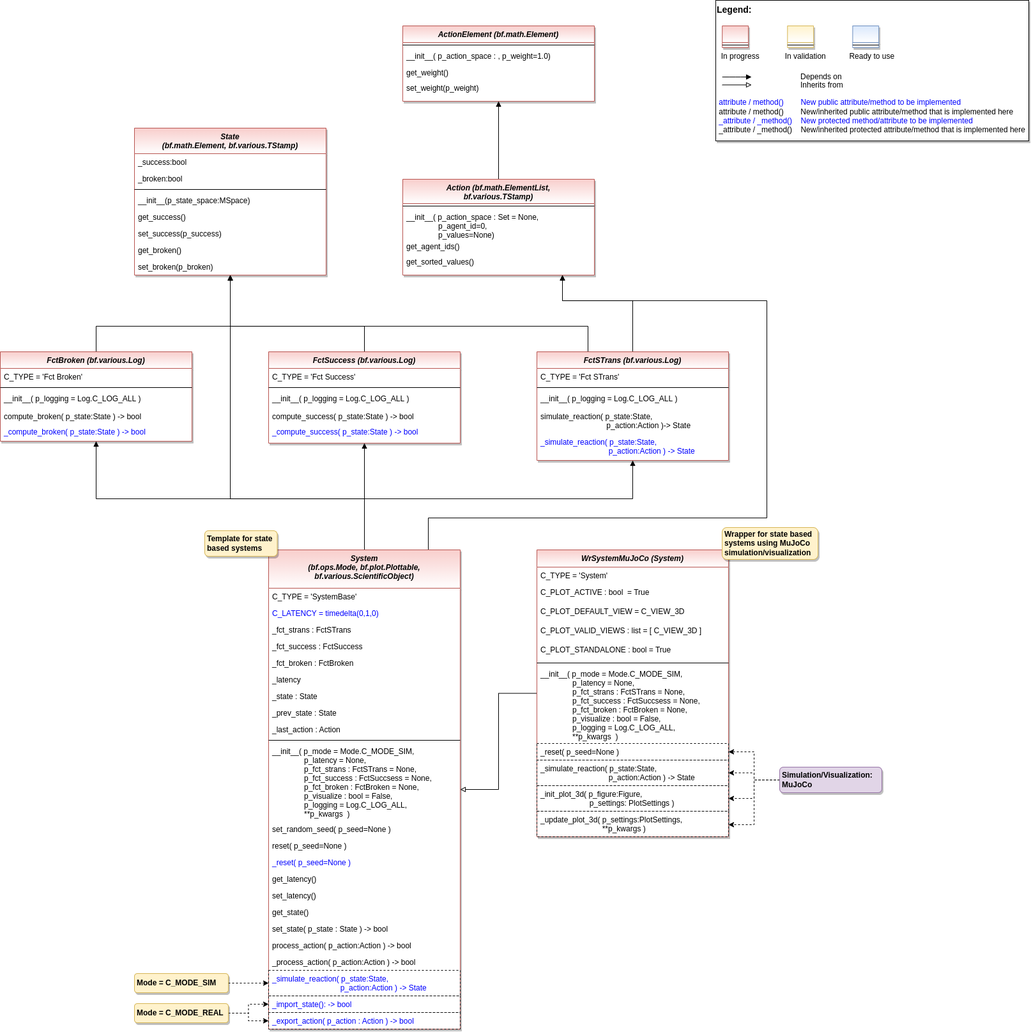
Above: doc/rtd/content/append2/core/images/bf/MLPro-BF-Systems_class_diagram.drawio.png in fhswf/MLPro (draw.io), before the change. Source tidied: cells renumbered, new cells last; positions are measured from the earlier drawing's top-left corner, leaving out a move shared by most shapes.
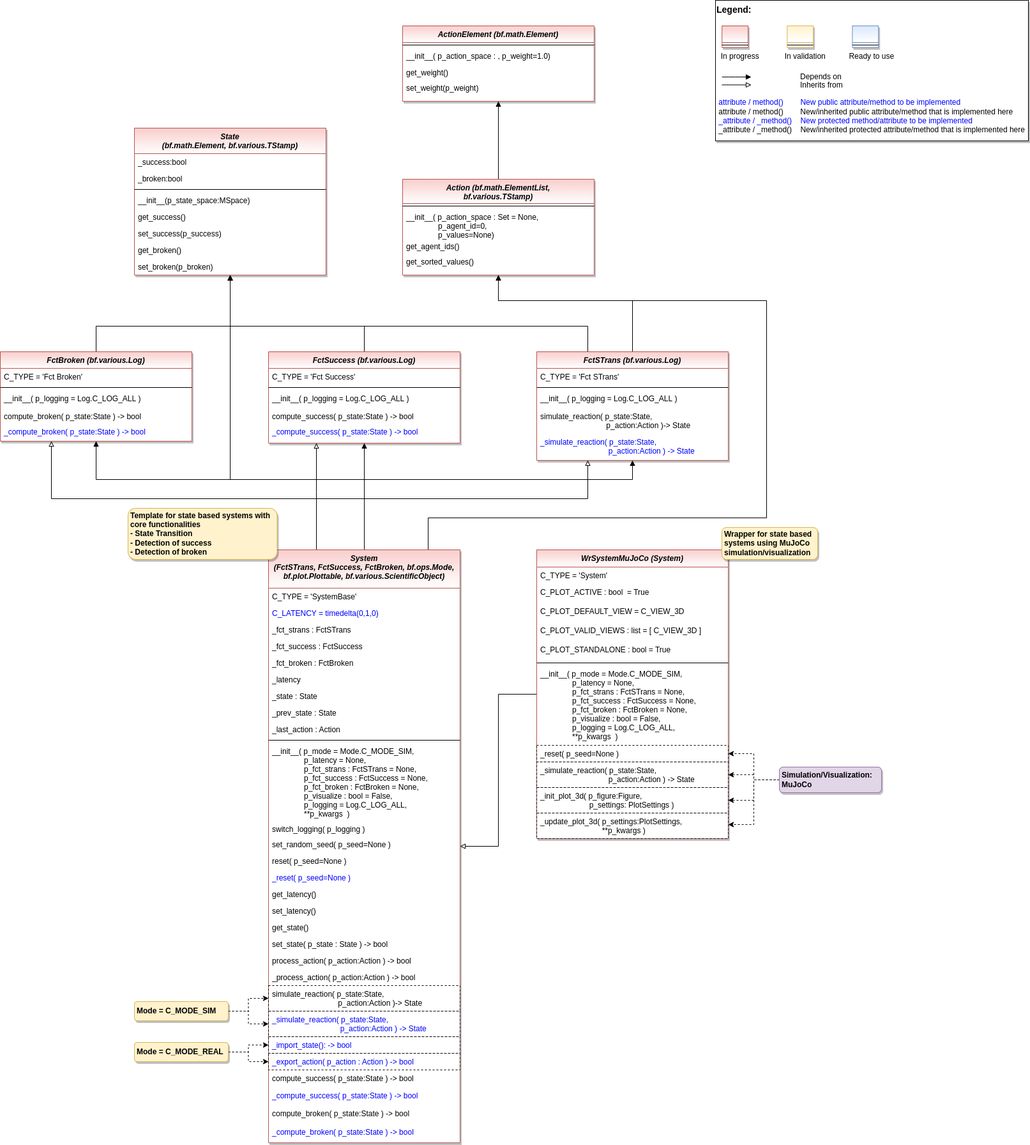
After the commit.

Commit message:
BF-Systems: New base classes for state based systems #549

Diff of the diagram source:
```diff
@@ -10,11 +10,11 @@
         </Array>
       </mxGeometry>
     </mxCell>
-    <mxCell id="3" style="edgeStyle=orthogonalEdgeStyle;rounded=0;jettySize=auto;html=1;fontColor=#FF0000;endArrow=block;endFill=1;" parent="1" edge="1" source="4" target="30">
+    <mxCell id="3" style="edgeStyle=orthogonalEdgeStyle;rounded=0;jettySize=auto;html=1;fontColor=#FF0000;endArrow=block;endFill=1;entryX=0.5;entryY=1;entryDx=0;entryDy=0;" parent="1" edge="1" source="4" target="30">
       <mxGeometry relative="1" as="geometry">
         <Array as="points">
           <mxPoint x="990" y="470" />
-          <mxPoint x="880" y="470" />
+          <mxPoint x="780" y="470" />
         </Array>
       </mxGeometry>
     </mxCell>
@@ -137,11 +137,11 @@
     <mxCell id="39" value="set_weight(p_weight)" style="text;align=left;verticalAlign=top;spacingLeft=4;spacingRight=4;overflow=hidden;" parent="35" vertex="1">
       <mxGeometry y="84" width="300" height="24" as="geometry" />
     </mxCell>
-    <mxCell id="40" style="edgeStyle=orthogonalEdgeStyle;rounded=0;jettySize=auto;html=1;fontColor=#FF0000;endArrow=block;endFill=1;" parent="1" edge="1" source="45" target="100">
+    <mxCell id="40" style="edgeStyle=orthogonalEdgeStyle;rounded=0;jettySize=auto;html=1;fontColor=#FF0000;endArrow=block;endFill=1;strokeColor=#000000;" parent="1" edge="1" source="45" target="100">
       <mxGeometry relative="1" as="geometry">
         <Array as="points">
-          <mxPoint x="570" y="780" />
-          <mxPoint x="150" y="780" />
+          <mxPoint x="570" y="750" />
+          <mxPoint x="150" y="750" />
         </Array>
       </mxGeometry>
     </mxCell>
@@ -151,16 +151,16 @@
     <mxCell id="42" style="edgeStyle=orthogonalEdgeStyle;rounded=0;jettySize=auto;html=1;fontColor=#FF0000;endArrow=block;endFill=1;" parent="1" edge="1" source="45" target="4">
       <mxGeometry relative="1" as="geometry">
         <Array as="points">
-          <mxPoint x="570" y="780" />
-          <mxPoint x="990" y="780" />
+          <mxPoint x="570" y="750" />
+          <mxPoint x="990" y="750" />
         </Array>
       </mxGeometry>
     </mxCell>
     <mxCell id="43" style="edgeStyle=orthogonalEdgeStyle;rounded=0;jettySize=auto;html=1;fontColor=#0000FF;endArrow=block;endFill=1;" parent="1" edge="1" source="45" target="20">
       <mxGeometry relative="1" as="geometry">
         <Array as="points">
-          <mxPoint x="570" y="780" />
-          <mxPoint x="360" y="780" />
+          <mxPoint x="570" y="750" />
+          <mxPoint x="360" y="750" />
         </Array>
       </mxGeometry>
     </mxCell>
@@ -170,12 +170,36 @@
           <mxPoint x="670" y="810" />
           <mxPoint x="1200" y="810" />
           <mxPoint x="1200" y="470" />
-          <mxPoint x="880" y="470" />
+          <mxPoint x="780" y="470" />
         </Array>
       </mxGeometry>
     </mxCell>
+    <mxCell id="108" style="edgeStyle=orthogonalEdgeStyle;rounded=0;jettySize=auto;html=1;exitX=0.25;exitY=0;exitDx=0;exitDy=0;endArrow=block;endFill=0;" parent="1" edge="1" source="45" target="100">
+      <mxGeometry relative="1" as="geometry">
+        <Array as="points">
+          <mxPoint x="495" y="780" />
+          <mxPoint x="80" y="780" />
+        </Array>
+      </mxGeometry>
+    </mxCell>
+    <mxCell id="109" style="edgeStyle=orthogonalEdgeStyle;rounded=0;jettySize=auto;html=1;endArrow=block;endFill=0;" parent="1" edge="1" source="45" target="93">
+      <mxGeometry relative="1" as="geometry">
+        <Array as="points">
+          <mxPoint x="495" y="770" />
+          <mxPoint x="495" y="770" />
+        </Array>
+      </mxGeometry>
+    </mxCell>
+    <mxCell id="110" style="edgeStyle=orthogonalEdgeStyle;rounded=0;jettySize=auto;html=1;endArrow=block;endFill=0;" parent="1" edge="1" source="45" target="4">
+      <mxGeometry relative="1" as="geometry">
+        <Array as="points">
+          <mxPoint x="495" y="780" />
+          <mxPoint x="920" y="780" />
+        </Array>
+      </mxGeometry>
+    </mxCell>
-    <mxCell id="45" value="System&#10;(bf.ops.Mode, bf.plot.Plottable,&#10;bf.various.ScientificObject)" style="swimlane;fontStyle=3;align=center;verticalAlign=top;horizontal=1;startSize=60;rounded=0;shadow=1;strokeWidth=1;fillColor=#f8cecc;strokeColor=#b85450;swimlaneFillColor=#ffffff;gradientColor=#FFFFFF;" parent="1" vertex="1">
-      <mxGeometry x="420" y="860" width="300" height="750" as="geometry" />
+    <mxCell id="45" value="System&#10;(FctSTrans, FctSuccess, FctBroken, bf.ops.Mode, &#10;bf.plot.Plottable, bf.various.ScientificObject)" style="swimlane;fontStyle=3;align=center;verticalAlign=top;horizontal=1;startSize=60;rounded=0;shadow=1;strokeWidth=1;fillColor=#f8cecc;strokeColor=#b85450;swimlaneFillColor=#ffffff;gradientColor=#FFFFFF;" parent="1" vertex="1">
+      <mxGeometry x="420" y="860" width="300" height="928" as="geometry" />
     </mxCell>
     <mxCell id="46" value="C_TYPE = 'SystemBase'" style="text;align=left;verticalAlign=top;spacingLeft=4;spacingRight=4;overflow=hidden;" parent="45" vertex="1">
       <mxGeometry y="60" width="300" height="26" as="geometry" />
@@ -207,45 +231,63 @@
     <mxCell id="55" style="line;html=1;strokeWidth=1;align=left;verticalAlign=middle;spacingTop=-1;spacingLeft=3;spacingRight=3;labelPosition=right;" parent="45" vertex="1">
       <mxGeometry y="294" width="300" height="8" as="geometry" />
     </mxCell>
-    <mxCell id="56" value="__init__( p_mode = Mode.C_MODE_SIM,&#10;               p_latency = None, &#10;               p_fct_strans : FctSTrans = None,&#10;               p_fct_success : FctSuccsess = None,&#10;               p_fct_broken : FctBroken = None,&#10;               p_visualize : bool = False,&#10;               p_logging = Log.C_LOG_ALL,&#10;               **p_kwargs  )" style="text;align=left;verticalAlign=top;spacingLeft=4;spacingRight=4;overflow=hidden;" parent="45" vertex="1">
+    <mxCell id="56" value="__init__( p_mode = Mode.C_MODE_SIM,&#10;               p_latency = None, &#10;               p_fct_strans : FctSTrans = None,&#10;               p_fct_success : FctSuccess = None,&#10;               p_fct_broken : FctBroken = None,&#10;               p_visualize : bool = False,&#10;               p_logging = Log.C_LOG_ALL,&#10;               **p_kwargs  )" style="text;align=left;verticalAlign=top;spacingLeft=4;spacingRight=4;overflow=hidden;" parent="45" vertex="1">
       <mxGeometry y="302" width="300" height="122" as="geometry" />
     </mxCell>
+    <mxCell id="111" value="switch_logging( p_logging )" style="text;align=left;verticalAlign=top;spacingLeft=4;spacingRight=4;overflow=hidden;" parent="45" vertex="1">
+      <mxGeometry y="424" width="300" height="24" as="geometry" />
+    </mxCell>
     <mxCell id="57" value="set_random_seed( p_seed=None )" style="text;align=left;verticalAlign=top;spacingLeft=4;spacingRight=4;overflow=hidden;" parent="45" vertex="1">
-      <mxGeometry y="424" width="300" height="26" as="geometry" />
+      <mxGeometry y="448" width="300" height="26" as="geometry" />
     </mxCell>
     <mxCell id="58" value="reset( p_seed=None )" style="text;align=left;verticalAlign=top;spacingLeft=4;spacingRight=4;overflow=hidden;" parent="45" vertex="1">
-      <mxGeometry y="450" width="300" height="26" as="geometry" />
+      <mxGeometry y="474" width="300" height="26" as="geometry" />
     </mxCell>
     <mxCell id="59" value="_reset( p_seed=None )" style="text;align=left;verticalAlign=top;spacingLeft=4;spacingRight=4;overflow=hidden;fontColor=#0000FF;" parent="45" vertex="1">
-      <mxGeometry y="476" width="300" height="26" as="geometry" />
+      <mxGeometry y="500" width="300" height="26" as="geometry" />
     </mxCell>
     <mxCell id="60" value="get_latency()" style="text;align=left;verticalAlign=top;spacingLeft=4;spacingRight=4;overflow=hidden;" parent="45" vertex="1">
-      <mxGeometry y="502" width="300" height="26" as="geometry" />
+      <mxGeometry y="526" width="300" height="26" as="geometry" />
     </mxCell>
     <mxCell id="61" value="set_latency()" style="text;align=left;verticalAlign=top;spacingLeft=4;spacingRight=4;overflow=hidden;" parent="45" vertex="1">
-      <mxGeometry y="528" width="300" height="26" as="geometry" />
+      <mxGeometry y="552" width="300" height="26" as="geometry" />
     </mxCell>
     <mxCell id="62" value="get_state()" style="text;align=left;verticalAlign=top;spacingLeft=4;spacingRight=4;overflow=hidden;" parent="45" vertex="1">
-      <mxGeometry y="554" width="300" height="26" as="geometry" />
+      <mxGeometry y="578" width="300" height="26" as="geometry" />
     </mxCell>
     <mxCell id="63" value="set_state( p_state : State ) -&gt; bool" style="text;align=left;verticalAlign=top;spacingLeft=4;spacingRight=4;overflow=hidden;fontColor=default;" parent="45" vertex="1">
-      <mxGeometry y="580" width="300" height="26" as="geometry" />
+      <mxGeometry y="604" width="300" height="26" as="geometry" />
     </mxCell>
     <mxCell id="64" value="process_action( p_action:Action ) -&gt; bool" style="text;align=left;verticalAlign=top;spacingLeft=4;spacingRight=4;overflow=hidden;" parent="45" vertex="1">
-      <mxGeometry y="606" width="300" height="26" as="geometry" />
+      <mxGeometry y="630" width="300" height="26" as="geometry" />
     </mxCell>
     <mxCell id="65" value="_process_action( p_action:Action ) -&gt; bool" style="text;align=left;verticalAlign=top;spacingLeft=4;spacingRight=4;overflow=hidden;fontColor=default;" parent="45" vertex="1">
-      <mxGeometry y="632" width="300" height="26" as="geometry" />
+      <mxGeometry y="656" width="300" height="26" as="geometry" />
     </mxCell>
+    <mxCell id="112" value="simulate_reaction( p_state:State, &#10;                               p_action:Action )-&gt; State" style="text;align=left;verticalAlign=top;spacingLeft=4;spacingRight=4;overflow=hidden;points=[[0,0.5],[1,0.5]];portConstraint=eastwest;strokeColor=default;dashed=1;" parent="45" vertex="1">
+      <mxGeometry y="682" width="300" height="40" as="geometry" />
+    </mxCell>
     <mxCell id="66" value="_simulate_reaction( p_state:State, &#10;                                p_action:Action ) -&gt; State" style="text;align=left;verticalAlign=top;spacingLeft=4;spacingRight=4;overflow=hidden;points=[[0,0.5],[1,0.5]];portConstraint=eastwest;fontColor=#0000FF;dashed=1;strokeColor=default;" parent="45" vertex="1">
-      <mxGeometry y="658" width="300" height="40" as="geometry" />
+      <mxGeometry y="722" width="300" height="40" as="geometry" />
     </mxCell>
     <mxCell id="67" value="_import_state(): -&gt; bool" style="text;align=left;verticalAlign=top;spacingLeft=4;spacingRight=4;overflow=hidden;points=[[0,0.5],[1,0.5]];portConstraint=eastwest;fontColor=#0000FF;strokeColor=default;dashed=1;" parent="45" vertex="1">
-      <mxGeometry y="698" width="300" height="26" as="geometry" />
+      <mxGeometry y="762" width="300" height="26" as="geometry" />
     </mxCell>
     <mxCell id="68" value="_export_action( p_action : Action ) -&gt; bool" style="text;align=left;verticalAlign=top;spacingLeft=4;spacingRight=4;overflow=hidden;points=[[0,0.5],[1,0.5]];portConstraint=eastwest;fontColor=#0000FF;strokeColor=default;dashed=1;" parent="45" vertex="1">
-      <mxGeometry y="724" width="300" height="26" as="geometry" />
+      <mxGeometry y="788" width="300" height="26" as="geometry" />
     </mxCell>
+    <mxCell id="113" value="compute_success( p_state:State ) -&gt; bool" style="text;align=left;verticalAlign=top;spacingLeft=4;spacingRight=4;overflow=hidden;" parent="45" vertex="1">
+      <mxGeometry y="814" width="300" height="27" as="geometry" />
+    </mxCell>
+    <mxCell id="114" value="_compute_success( p_state:State ) -&gt; bool" style="text;align=left;verticalAlign=top;spacingLeft=4;spacingRight=4;overflow=hidden;fontColor=#0000FF;" parent="45" vertex="1">
+      <mxGeometry y="841" width="300" height="28" as="geometry" />
+    </mxCell>
+    <mxCell id="115" value="compute_broken( p_state:State ) -&gt; bool" style="text;align=left;verticalAlign=top;spacingLeft=4;spacingRight=4;overflow=hidden;" parent="45" vertex="1">
+      <mxGeometry y="869" width="300" height="29" as="geometry" />
+    </mxCell>
+    <mxCell id="116" value="_compute_broken( p_state:State ) -&gt; bool" style="text;align=left;verticalAlign=top;spacingLeft=4;spacingRight=4;overflow=hidden;fontColor=#0000FF;" parent="45" vertex="1">
+      <mxGeometry y="898" width="300" height="30" as="geometry" />
+    </mxCell>
     <mxCell id="69" style="edgeStyle=orthogonalEdgeStyle;rounded=0;jettySize=auto;html=1;fontColor=#0000CC;dashed=1;" parent="1" edge="1" source="73" target="90">
       <mxGeometry relative="1" as="geometry" />
     </mxCell>
@@ -264,7 +306,7 @@
       <mxGeometry relative="1" as="geometry">
         <Array as="points">
           <mxPoint x="1180" y="1220" />
-          <mxPoint x="1180" y="1176" />
+          <mxPoint x="1180" y="1179" />
         </Array>
       </mxGeometry>
     </mxCell>
@@ -274,8 +316,11 @@
     <mxCell id="74" style="edgeStyle=orthogonalEdgeStyle;rounded=0;jettySize=auto;html=1;fontColor=default;endArrow=classic;endFill=1;dashed=1;" parent="1" edge="1" source="75" target="66">
       <mxGeometry relative="1" as="geometry" />
     </mxCell>
+    <mxCell id="117" style="edgeStyle=orthogonalEdgeStyle;rounded=0;jettySize=auto;html=1;strokeColor=#000000;endArrow=classic;endFill=1;dashed=1;" parent="1" edge="1" source="75" target="112">
+      <mxGeometry relative="1" as="geometry" />
+    </mxCell>
     <mxCell id="75" value="Mode = C_MODE_SIM" style="rounded=1;whiteSpace=wrap;html=1;fillColor=#fff2cc;strokeColor=#d6b656;shadow=1;fontStyle=1;align=left;spacingLeft=2;" parent="1" vertex="1">
-      <mxGeometry x="210" y="1523" width="147" height="30" as="geometry" />
+      <mxGeometry x="210" y="1567" width="147" height="30" as="geometry" />
     </mxCell>
     <mxCell id="76" style="edgeStyle=orthogonalEdgeStyle;rounded=0;jettySize=auto;html=1;fontColor=default;endArrow=classic;endFill=1;dashed=1;" parent="1" edge="1" source="78" target="67">
       <mxGeometry relative="1" as="geometry" />
@@ -284,13 +329,13 @@
       <mxGeometry relative="1" as="geometry" />
     </mxCell>
     <mxCell id="78" value="Mode = C_MODE_REAL" style="rounded=1;whiteSpace=wrap;html=1;fillColor=#fff2cc;strokeColor=#d6b656;shadow=1;fontStyle=1;align=left;spacingLeft=2;" parent="1" vertex="1">
-      <mxGeometry x="210" y="1570" width="147" height="30" as="geometry" />
+      <mxGeometry x="210" y="1631" width="147" height="30" as="geometry" />
     </mxCell>
     <mxCell id="79" style="edgeStyle=orthogonalEdgeStyle;rounded=0;jettySize=auto;html=1;fontColor=default;endArrow=block;endFill=0;" parent="1" edge="1" source="80" target="45">
       <mxGeometry relative="1" as="geometry" />
     </mxCell>
     <mxCell id="80" value="WrSystemMuJoCo (System)" style="swimlane;fontStyle=3;align=center;verticalAlign=top;horizontal=1;startSize=27;rounded=0;shadow=1;strokeWidth=1;fillColor=#f8cecc;strokeColor=#b85450;swimlaneFillColor=#ffffff;gradientColor=#FFFFFF;" parent="1" vertex="1">
-      <mxGeometry x="840" y="860" width="300" height="449" as="geometry" />
+      <mxGeometry x="840" y="860" width="300" height="452" as="geometry" />
     </mxCell>
     <mxCell id="81" value="C_TYPE = 'System'" style="text;align=left;verticalAlign=top;spacingLeft=4;spacingRight=4;overflow=hidden;" parent="80" vertex="1">
       <mxGeometry y="27" width="300" height="26" as="geometry" />
@@ -310,20 +355,20 @@
     <mxCell id="86" style="line;html=1;strokeWidth=1;align=left;verticalAlign=middle;spacingTop=-1;spacingLeft=3;spacingRight=3;labelPosition=right;" parent="80" vertex="1">
       <mxGeometry y="173" width="300" height="8" as="geometry" />
     </mxCell>
-    <mxCell id="87" value="__init__( p_mode = Mode.C_MODE_SIM,&#10;               p_latency = None, &#10;               p_fct_strans : FctSTrans = None,&#10;               p_fct_success : FctSuccsess = None,&#10;               p_fct_broken : FctBroken = None,&#10;               p_visualize : bool = False,&#10;               p_logging = Log.C_LOG_ALL,&#10;               **p_kwargs  )" style="text;align=left;verticalAlign=top;spacingLeft=4;spacingRight=4;overflow=hidden;" parent="80" vertex="1">
-      <mxGeometry y="181" width="300" height="122" as="geometry" />
+    <mxCell id="87" value="__init__( p_mode = Mode.C_MODE_SIM,&#10;               p_latency = None, &#10;               p_fct_strans : FctSTrans = None,&#10;               p_fct_success : FctSuccess = None,&#10;               p_fct_broken : FctBroken = None,&#10;               p_visualize : bool = False,&#10;               p_logging = Log.C_LOG_ALL,&#10;               **p_kwargs  )" style="text;align=left;verticalAlign=top;spacingLeft=4;spacingRight=4;overflow=hidden;" parent="80" vertex="1">
+      <mxGeometry y="181" width="300" height="125" as="geometry" />
     </mxCell>
     <mxCell id="88" value="_reset( p_seed=None )" style="text;align=left;verticalAlign=top;spacingLeft=4;spacingRight=4;overflow=hidden;points=[[0,0.5],[1,0.5]];portConstraint=eastwest;fontColor=default;strokeColor=default;dashed=1;" parent="80" vertex="1">
-      <mxGeometry y="303" width="300" height="26" as="geometry" />
+      <mxGeometry y="306" width="300" height="26" as="geometry" />
     </mxCell>
     <mxCell id="89" value="_simulate_reaction( p_state:State, &#10;                                p_action:Action ) -&gt; State" style="text;align=left;verticalAlign=top;spacingLeft=4;spacingRight=4;overflow=hidden;points=[[0,0.5],[1,0.5]];portConstraint=eastwest;fontColor=default;dashed=1;strokeColor=default;" parent="80" vertex="1">
-      <mxGeometry y="329" width="300" height="40" as="geometry" />
+      <mxGeometry y="332" width="300" height="40" as="geometry" />
     </mxCell>
     <mxCell id="90" value="_init_plot_3d( p_figure:Figure, &#10;                       p_settings: PlotSettings )" style="text;align=left;verticalAlign=top;spacingLeft=4;spacingRight=4;overflow=hidden;points=[[0,0.5],[1,0.5]];portConstraint=eastwest;fontColor=default;strokeColor=default;dashed=1;" parent="80" vertex="1">
-      <mxGeometry y="369" width="300" height="40" as="geometry" />
+      <mxGeometry y="372" width="300" height="40" as="geometry" />
     </mxCell>
     <mxCell id="91" value="_update_plot_3d( p_settings:PlotSettings,&#10;                             **p_kwargs )" style="text;align=left;verticalAlign=top;spacingLeft=4;spacingRight=4;overflow=hidden;points=[[0,0.5],[1,0.5]];portConstraint=eastwest;fontColor=default;strokeColor=default;dashed=1;" parent="80" vertex="1">
-      <mxGeometry y="409" width="300" height="40" as="geometry" />
+      <mxGeometry y="412" width="300" height="40" as="geometry" />
     </mxCell>
     <mxCell id="92" style="edgeStyle=orthogonalEdgeStyle;rounded=0;jettySize=auto;html=1;fontColor=#FF0000;endArrow=block;endFill=1;" parent="1" edge="1" source="93" target="20">
       <mxGeometry relative="1" as="geometry">
@@ -377,8 +422,8 @@
     <mxCell id="105" value="_compute_broken( p_state:State ) -&gt; bool" style="text;align=left;verticalAlign=top;spacingLeft=4;spacingRight=4;overflow=hidden;fontColor=#0000FF;" parent="100" vertex="1">
       <mxGeometry y="112" width="300" height="24" as="geometry" />
     </mxCell>
-    <mxCell id="106" value="Template for state based systems" style="rounded=1;whiteSpace=wrap;html=1;fillColor=#fff2cc;strokeColor=#d6b656;shadow=1;fontStyle=1;align=left;spacingLeft=2;" parent="1" vertex="1">
-      <mxGeometry x="320" y="830" width="113.5" height="40" as="geometry" />
+    <mxCell id="106" value="Template for state based systems with core functionalities&lt;br&gt;- State Transition&lt;br&gt;- Detection of success&lt;br&gt;- Detection of broken" style="rounded=1;whiteSpace=wrap;html=1;fillColor=#fff2cc;strokeColor=#d6b656;shadow=1;fontStyle=1;align=left;spacingLeft=2;" parent="1" vertex="1">
+      <mxGeometry x="200" y="795" width="233.5" height="80" as="geometry" />
     </mxCell>
     <mxCell id="107" value="Wrapper for state based systems using MuJoCo simulation/visualization" style="rounded=1;whiteSpace=wrap;html=1;fillColor=#fff2cc;strokeColor=#d6b656;shadow=1;fontStyle=1;align=left;spacingLeft=2;" parent="1" vertex="1">
       <mxGeometry x="1130" y="825" width="150" height="50" as="geometry" />
```
